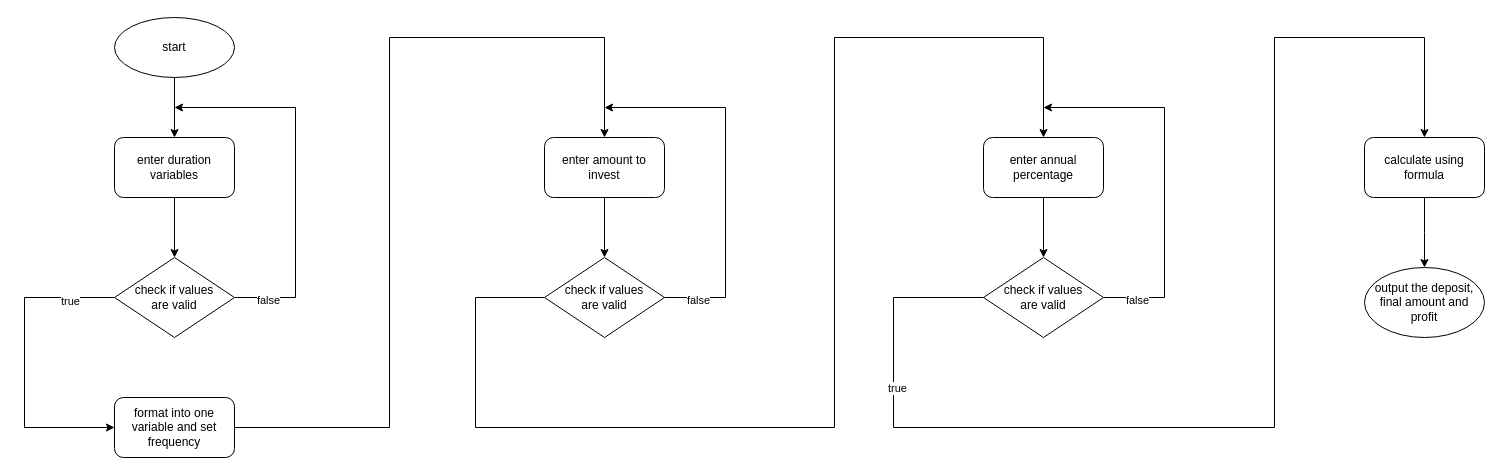
The draw.io diagram ai_13/makar_kuznietsov/epic_1/code/practice_work_task_1_makar_kuznietsov.drawio in artificial-intelligence-department/ai_programming_playground_2024, before the edit. Source tidied: cells renumbered, new cells numbered last; positions are measured from the earlier drawing's top-left corner, leaving out a move shared by most shapes. Both pictures are drawn from the tidied source at 100%, with x=0, y=0 at pixel (24, 17).
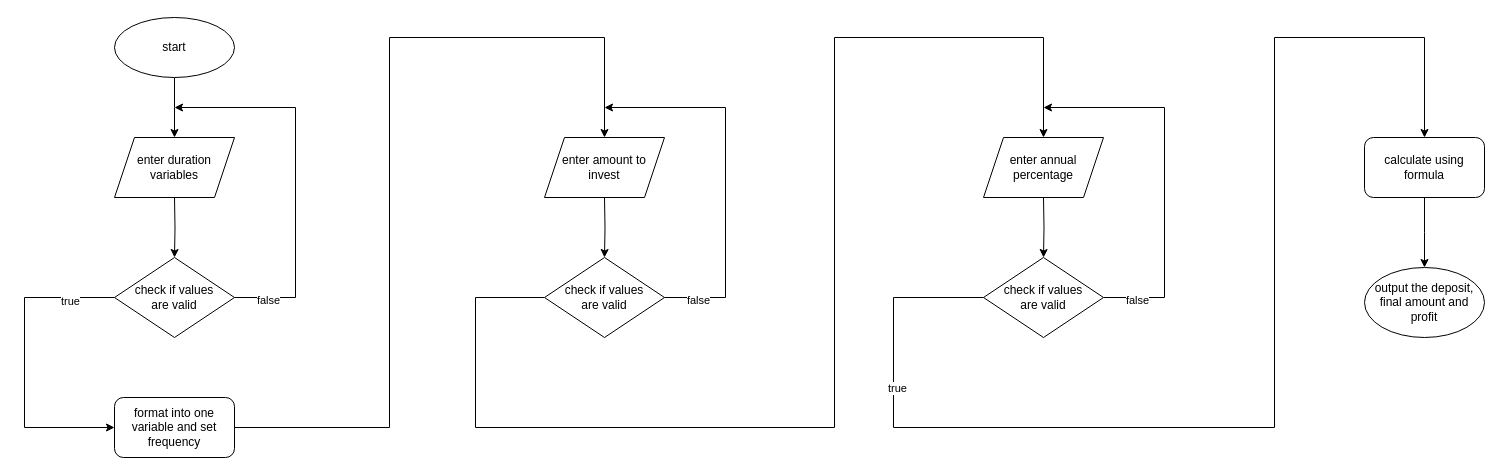
After the change.

The change refers to these unchanged cells:
```xml
<mxCell id="3" value="&lt;div&gt;start&lt;/div&gt;" style="ellipse;whiteSpace=wrap;html=1;" parent="1" vertex="1">
  <mxGeometry x="90" width="120" height="60" as="geometry" />
</mxCell>
<mxCell id="10" value="&lt;div&gt;check if values&lt;/div&gt;&lt;div&gt;are valid&lt;/div&gt;" style="rhombus;whiteSpace=wrap;html=1;" parent="1" vertex="1">
  <mxGeometry x="90" y="240" width="120" height="80" as="geometry" />
</mxCell>
<mxCell id="12" value="format into one variable and set frequency" style="rounded=1;whiteSpace=wrap;html=1;" parent="1" vertex="1">
  <mxGeometry x="90" y="380" width="120" height="60" as="geometry" />
</mxCell>
<mxCell id="18" value="&lt;div&gt;check if values&lt;/div&gt;&lt;div&gt;are valid&lt;/div&gt;" style="rhombus;whiteSpace=wrap;html=1;" parent="1" vertex="1">
  <mxGeometry x="520" y="240" width="120" height="80" as="geometry" />
</mxCell>
<mxCell id="25" value="&lt;div&gt;check if values&lt;/div&gt;&lt;div&gt;are valid&lt;/div&gt;" style="rhombus;whiteSpace=wrap;html=1;" parent="1" vertex="1">
  <mxGeometry x="959" y="240" width="120" height="80" as="geometry" />
</mxCell>
```

Change to the diagram source:
```diff
@@
-    <mxCell id="2" style="edgeStyle=orthogonalEdgeStyle;rounded=0;jettySize=auto;html=1;entryX=0.5;entryY=0;entryDx=0;entryDy=0;" parent="1" edge="1" source="3" target="5">
-      <mxGeometry relative="1" as="geometry" />
+    <mxCell id="2" style="edgeStyle=orthogonalEdgeStyle;rounded=0;jettySize=auto;html=1;entryX=0.5;entryY=0;entryDx=0;entryDy=0;" parent="1" edge="1" source="3">
+      <mxGeometry relative="1" as="geometry">
+        <mxPoint x="150" y="120" as="targetPoint" />
+      </mxGeometry>
     </mxCell>
@@
-    <mxCell id="4" style="edgeStyle=orthogonalEdgeStyle;rounded=0;jettySize=auto;html=1;entryX=0.5;entryY=0;entryDx=0;entryDy=0;" parent="1" edge="1" source="5" target="10">
-      <mxGeometry relative="1" as="geometry" />
+    <mxCell id="4" style="edgeStyle=orthogonalEdgeStyle;rounded=0;jettySize=auto;html=1;entryX=0.5;entryY=0;entryDx=0;entryDy=0;" parent="1" edge="1" target="10">
+      <mxGeometry relative="1" as="geometry">
+        <mxPoint x="150" y="180" as="sourcePoint" />
+      </mxGeometry>
     </mxCell>
-    <mxCell id="5" value="enter duration variables" style="rounded=1;whiteSpace=wrap;html=1;" parent="1" vertex="1">
-      <mxGeometry x="90" y="120" width="120" height="60" as="geometry" />
-    </mxCell>
@@
-    <mxCell id="11" style="edgeStyle=orthogonalEdgeStyle;rounded=0;jettySize=auto;html=1;entryX=0.5;entryY=0;entryDx=0;entryDy=0;" parent="1" edge="1" source="12" target="14">
+    <mxCell id="11" style="edgeStyle=orthogonalEdgeStyle;rounded=0;jettySize=auto;html=1;entryX=0.5;entryY=0;entryDx=0;entryDy=0;" parent="1" edge="1" source="12">
       <mxGeometry relative="1" as="geometry">
+        <mxPoint x="580" y="120" as="targetPoint" />
         <Array as="points">
           <mxPoint x="365" y="410" />
           <mxPoint x="365" y="20" />
           <mxPoint x="580" y="20" />
         </Array>
       </mxGeometry>
     </mxCell>
@@
-    <mxCell id="13" style="edgeStyle=orthogonalEdgeStyle;rounded=0;jettySize=auto;html=1;entryX=0.5;entryY=0;entryDx=0;entryDy=0;" parent="1" edge="1" source="14" target="18">
-      <mxGeometry relative="1" as="geometry" />
+    <mxCell id="13" style="edgeStyle=orthogonalEdgeStyle;rounded=0;jettySize=auto;html=1;entryX=0.5;entryY=0;entryDx=0;entryDy=0;" parent="1" edge="1" target="18">
+      <mxGeometry relative="1" as="geometry">
+        <mxPoint x="580" y="180" as="sourcePoint" />
+      </mxGeometry>
     </mxCell>
-    <mxCell id="14" value="enter amount to invest" style="rounded=1;whiteSpace=wrap;html=1;" parent="1" vertex="1">
-      <mxGeometry x="520" y="120" width="120" height="60" as="geometry" />
-    </mxCell>
@@
-    <mxCell id="17" style="edgeStyle=orthogonalEdgeStyle;rounded=0;jettySize=auto;html=1;entryX=0.5;entryY=0;entryDx=0;entryDy=0;" parent="1" edge="1" source="18" target="20">
+    <mxCell id="17" style="edgeStyle=orthogonalEdgeStyle;rounded=0;jettySize=auto;html=1;entryX=0.5;entryY=0;entryDx=0;entryDy=0;" parent="1" edge="1" source="18">
       <mxGeometry relative="1" as="geometry">
+        <mxPoint x="1019" y="120" as="targetPoint" />
         <Array as="points">
           <mxPoint x="451" y="280" />
           <mxPoint x="451" y="410" />
           <mxPoint x="810" y="410" />
           <mxPoint x="810" y="20" />
           <mxPoint x="1019" y="20" />
         </Array>
       </mxGeometry>
     </mxCell>
@@
-    <mxCell id="19" style="edgeStyle=orthogonalEdgeStyle;rounded=0;jettySize=auto;html=1;entryX=0.5;entryY=0;entryDx=0;entryDy=0;" parent="1" edge="1" source="20" target="25">
-      <mxGeometry relative="1" as="geometry" />
+    <mxCell id="19" style="edgeStyle=orthogonalEdgeStyle;rounded=0;jettySize=auto;html=1;entryX=0.5;entryY=0;entryDx=0;entryDy=0;" parent="1" edge="1" target="25">
+      <mxGeometry relative="1" as="geometry">
+        <mxPoint x="1019" y="180" as="sourcePoint" />
+      </mxGeometry>
     </mxCell>
-    <mxCell id="20" value="enter annual percentage" style="rounded=1;whiteSpace=wrap;html=1;" parent="1" vertex="1">
-      <mxGeometry x="959" y="120" width="120" height="60" as="geometry" />
-    </mxCell>
@@
+    <mxCell id="5" value="enter duration variables" style="shape=parallelogram;perimeter=parallelogramPerimeter;whiteSpace=wrap;html=1;fixedSize=1;" parent="1" vertex="1">
+      <mxGeometry x="90" y="120" width="120" height="60" as="geometry" />
+    </mxCell>
+    <mxCell id="14" value="enter amount to invest" style="shape=parallelogram;perimeter=parallelogramPerimeter;whiteSpace=wrap;html=1;fixedSize=1;" parent="1" vertex="1">
+      <mxGeometry x="520" y="120" width="120" height="60" as="geometry" />
+    </mxCell>
+    <mxCell id="20" value="enter annual percentage" style="shape=parallelogram;perimeter=parallelogramPerimeter;whiteSpace=wrap;html=1;fixedSize=1;" parent="1" vertex="1">
+      <mxGeometry x="959" y="120" width="120" height="60" as="geometry" />
+    </mxCell>
```
